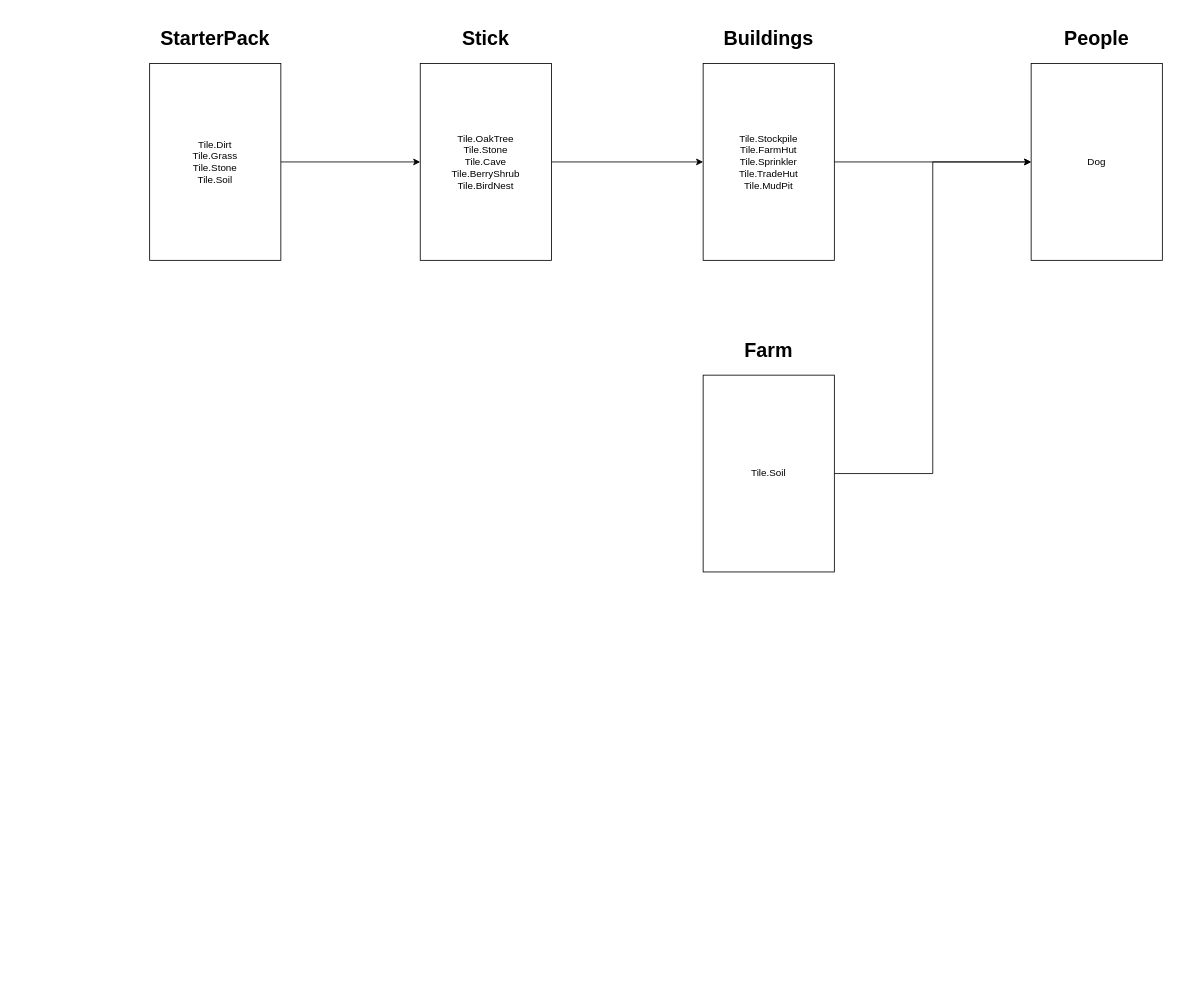
Earlier version of the draw.io diagram pack_world_game/design/PackFlow.drawio (RyanRothweiler/pack_world). Source tidied: cells renumbered, new cells numbered last; positions are measured from the earlier drawing's top-left corner, leaving out a move shared by most shapes. Both pictures are drawn from the tidied source at 82%, with x=0, y=0 at pixel (145, 22).
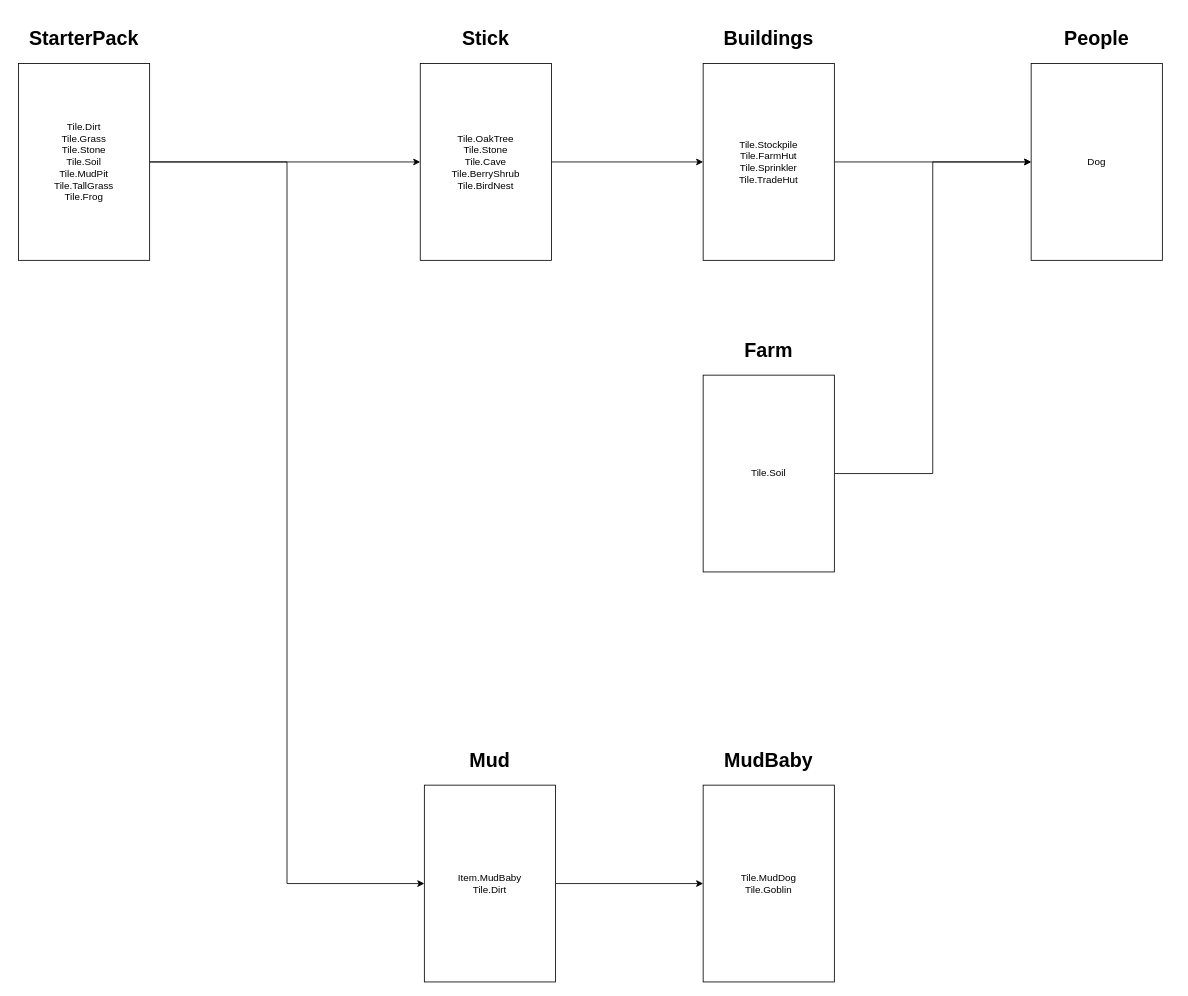
Above is the later version.

The edit, as a diff of the source:
```diff
@@
+    <mxCell id="16" style="edgeStyle=orthogonalEdgeStyle;rounded=0;jettySize=auto;html=1;entryX=0;entryY=0.5;entryDx=0;entryDy=0;" parent="1" edge="1" source="3" target="18">
+      <mxGeometry relative="1" as="geometry" />
+    </mxCell>
-    <mxCell id="3" value="&lt;font&gt;&lt;font style=&quot;font-size: 12px&quot;&gt;Tile.Dirt&lt;br&gt;Tile.Grass&lt;br&gt;Tile.Stone&lt;br&gt;Tile.Soil&lt;/font&gt;&lt;br&gt;&lt;/font&gt;" style="rounded=0;whiteSpace=wrap;html=1;" parent="1" vertex="1">
-      <mxGeometry x="5" y="50" width="160" height="240" as="geometry" />
+    <mxCell id="3" value="&lt;font&gt;&lt;font style=&quot;font-size: 12px&quot;&gt;Tile.Dirt&lt;br&gt;Tile.Grass&lt;br&gt;Tile.Stone&lt;br&gt;Tile.Soil&lt;br&gt;&lt;/font&gt;Tile.MudPit&lt;br&gt;Tile.TallGrass&lt;br&gt;Tile.Frog&lt;br&gt;&lt;/font&gt;" style="rounded=0;whiteSpace=wrap;html=1;" parent="1" vertex="1">
+      <mxGeometry x="-155" y="50" width="160" height="240" as="geometry" />
     </mxCell>
     <mxCell id="4" value="&lt;h1&gt;StarterPack&lt;/h1&gt;" style="text;html=1;strokeColor=none;fillColor=none;spacing=5;spacingTop=-20;whiteSpace=wrap;overflow=hidden;rounded=0;align=center;" parent="1" vertex="1">
-      <mxGeometry width="170" height="50" as="geometry" />
+      <mxGeometry x="-160" width="170" height="50" as="geometry" />
     </mxCell>
@@
-    <mxCell id="6" value="Tile.Stockpile&lt;br&gt;Tile.FarmHut&lt;br&gt;Tile.Sprinkler&lt;br&gt;Tile.TradeHut&lt;br&gt;Tile.MudPit" style="rounded=0;whiteSpace=wrap;html=1;" parent="1" vertex="1">
+    <mxCell id="6" value="Tile.Stockpile&lt;br&gt;Tile.FarmHut&lt;br&gt;Tile.Sprinkler&lt;br&gt;Tile.TradeHut" style="rounded=0;whiteSpace=wrap;html=1;" parent="1" vertex="1">
       <mxGeometry x="680" y="50" width="160" height="240" as="geometry" />
     </mxCell>
@@
+    <mxCell id="17" style="edgeStyle=orthogonalEdgeStyle;rounded=0;jettySize=auto;html=1;entryX=0;entryY=0.5;entryDx=0;entryDy=0;" parent="1" edge="1" source="18" target="20">
+      <mxGeometry relative="1" as="geometry" />
+    </mxCell>
+    <mxCell id="18" value="&lt;font&gt;Item.MudBaby&lt;br&gt;Tile.Dirt&lt;br&gt;&lt;/font&gt;" style="rounded=0;whiteSpace=wrap;html=1;" parent="1" vertex="1">
+      <mxGeometry x="340" y="930" width="160" height="240" as="geometry" />
+    </mxCell>
+    <mxCell id="19" value="&lt;h1&gt;Mud&lt;/h1&gt;" style="text;html=1;strokeColor=none;fillColor=none;spacing=5;spacingTop=-20;whiteSpace=wrap;overflow=hidden;rounded=0;align=center;" parent="1" vertex="1">
+      <mxGeometry x="335" y="880" width="170" height="50" as="geometry" />
+    </mxCell>
+    <mxCell id="20" value="&lt;font&gt;Tile.MudDog&lt;br&gt;Tile.Goblin&lt;br&gt;&lt;/font&gt;" style="rounded=0;whiteSpace=wrap;html=1;" parent="1" vertex="1">
+      <mxGeometry x="680" y="930" width="160" height="240" as="geometry" />
+    </mxCell>
+    <mxCell id="21" value="&lt;h1&gt;MudBaby&lt;/h1&gt;" style="text;html=1;strokeColor=none;fillColor=none;spacing=5;spacingTop=-20;whiteSpace=wrap;overflow=hidden;rounded=0;align=center;" parent="1" vertex="1">
+      <mxGeometry x="675" y="880" width="170" height="50" as="geometry" />
+    </mxCell>
```
